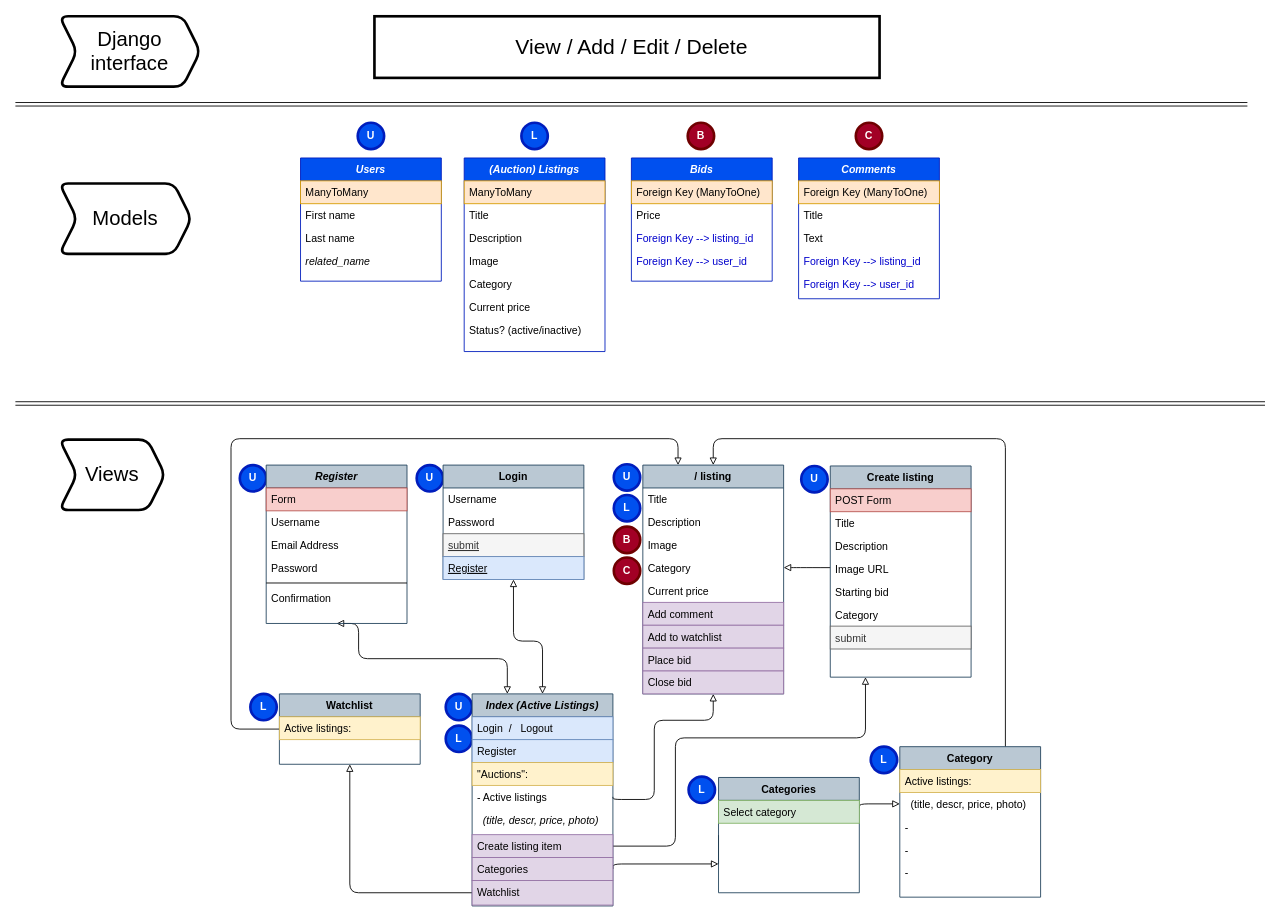
The draw.io diagram page "Views" (1 of 2) of Untitled Diagram.drawio in Lisannevdboomen/Commerce, before the edit. Source tidied: cells renumbered, new cells numbered last; positions are measured from the earlier drawing's top-left corner, leaving out a move shared by most shapes. Both pictures are drawn from the tidied source at 88%, with x=0, y=0 at pixel (15, 16).
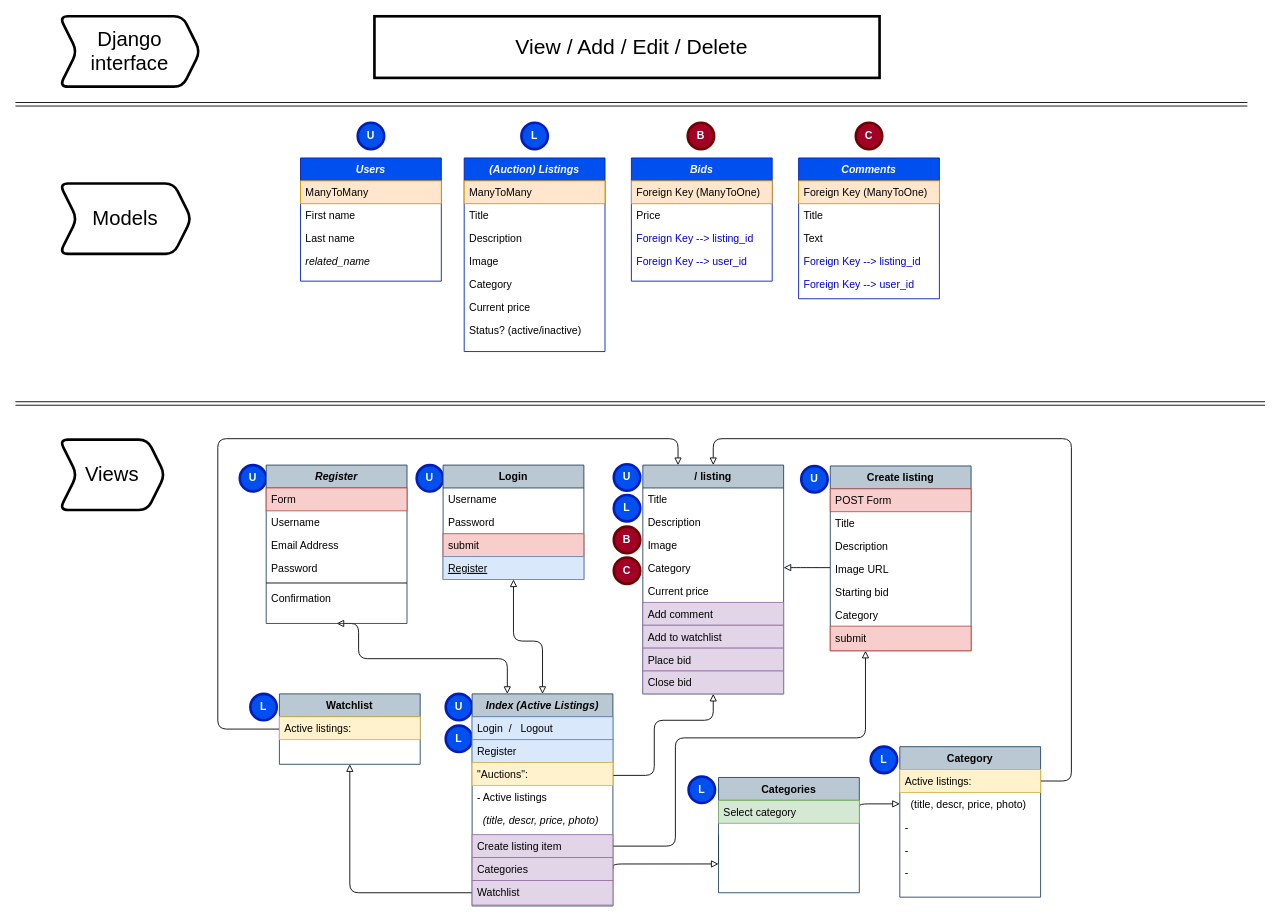
The same diagram, later.

Unchanged cells that the change refers to:
```xml
<mxCell id="36" value="Login" style="swimlane;fontStyle=1;align=center;verticalAlign=top;horizontal=1;startSize=26;rounded=0;shadow=0;strokeWidth=1;fillColor=#bac8d3;strokeColor=#23445d;" parent="1" vertex="1">
  <mxGeometry x="486" y="510" width="160" height="130" as="geometry" />
</mxCell>
<mxCell id="41" value="/ listing" style="swimlane;fontStyle=1;align=center;verticalAlign=top;horizontal=1;startSize=26;rounded=0;shadow=0;strokeWidth=1;fillColor=#bac8d3;strokeColor=#23445d;" parent="1" vertex="1">
  <mxGeometry x="713" y="510" width="160" height="260" as="geometry" />
</mxCell>
<mxCell id="62" value="&quot;Auctions&quot;:" style="text;align=left;verticalAlign=top;spacingLeft=4;spacingRight=4;overflow=hidden;points=[[0,0.5],[1,0.5]];portConstraint=eastwest;fillColor=#fff2cc;strokeColor=#d6b656;" parent="59" vertex="1">
  <mxGeometry y="78" width="160" height="26" as="geometry" />
</mxCell>
<mxCell id="63" value="- Active listings" style="text;align=left;verticalAlign=top;spacingLeft=4;spacingRight=4;overflow=hidden;points=[[0,0.5],[1,0.5]];portConstraint=eastwest;rounded=0;shadow=0;html=0;" parent="59" vertex="1">
  <mxGeometry y="104" width="160" height="26" as="geometry" />
</mxCell>
<mxCell id="68" value="Watchlist" style="swimlane;fontStyle=1;align=center;verticalAlign=top;horizontal=1;startSize=26;rounded=0;shadow=0;strokeWidth=1;fillColor=#bac8d3;strokeColor=#23445d;" parent="1" vertex="1">
  <mxGeometry x="300" y="770" width="160" height="80" as="geometry" />
</mxCell>
<mxCell id="79" value="Category" style="swimlane;fontStyle=1;align=center;verticalAlign=top;horizontal=1;startSize=26;rounded=0;shadow=0;strokeWidth=1;fillColor=#bac8d3;strokeColor=#23445d;" parent="1" vertex="1">
  <mxGeometry x="1005" y="830" width="160" height="171" as="geometry" />
</mxCell>
<mxCell id="80" value="Active listings:" style="text;align=left;verticalAlign=top;spacingLeft=4;spacingRight=4;overflow=hidden;points=[[0,0.5],[1,0.5]];portConstraint=eastwest;fontStyle=0;fillColor=#fff2cc;strokeColor=#d6b656;" parent="79" vertex="1">
  <mxGeometry y="26" width="160" height="26" as="geometry" />
</mxCell>
```

Change to the diagram source:
```diff
@@
-    <mxCell id="12" style="edgeStyle=orthogonalEdgeStyle;curved=0;rounded=1;sketch=0;jettySize=auto;html=1;exitX=0.5;exitY=1;exitDx=0;exitDy=0;entryX=1;entryY=0.5;entryDx=0;entryDy=0;startArrow=block;startFill=0;endArrow=none;endFill=0;" parent="1" edge="1" source="41" target="63">
+    <mxCell id="12" style="edgeStyle=orthogonalEdgeStyle;curved=0;rounded=1;sketch=0;jettySize=auto;html=1;exitX=0.5;exitY=1;exitDx=0;exitDy=0;entryX=1;entryY=0.563;entryDx=0;entryDy=0;startArrow=block;startFill=0;endArrow=none;endFill=0;entryPerimeter=0;" parent="1" edge="1" source="41" target="62">
       <mxGeometry relative="1" as="geometry">
         <Array as="points">
           <mxPoint x="793" y="800" />
           <mxPoint x="726" y="800" />
-          <mxPoint x="726" y="890" />
-          <mxPoint x="679" y="890" />
+          <mxPoint x="726" y="863" />
         </Array>
       </mxGeometry>
     </mxCell>
@@
-    <mxCell id="15" style="edgeStyle=orthogonalEdgeStyle;sketch=0;jettySize=auto;html=1;exitX=0.75;exitY=0;exitDx=0;exitDy=0;entryX=0.5;entryY=0;entryDx=0;entryDy=0;startArrow=none;startFill=0;endArrow=block;endFill=0;rounded=1;" parent="1" edge="1" source="79" target="41">
+    <mxCell id="15" style="edgeStyle=orthogonalEdgeStyle;sketch=0;jettySize=auto;html=1;exitX=1;exitY=0.5;exitDx=0;exitDy=0;entryX=0.5;entryY=0;entryDx=0;entryDy=0;startArrow=none;startFill=0;endArrow=block;endFill=0;rounded=1;" parent="1" edge="1" source="80" target="41">
       <mxGeometry relative="1" as="geometry">
         <Array as="points">
-          <mxPoint x="1125" y="480" />
+          <mxPoint x="1200" y="869" />
+          <mxPoint x="1200" y="480" />
           <mxPoint x="793" y="480" />
         </Array>
       </mxGeometry>
     </mxCell>
     <mxCell id="16" style="edgeStyle=orthogonalEdgeStyle;rounded=1;sketch=0;jettySize=auto;html=1;exitX=0;exitY=0.5;exitDx=0;exitDy=0;entryX=0.25;entryY=0;entryDx=0;entryDy=0;startArrow=none;startFill=0;endArrow=block;endFill=0;" parent="1" edge="1" source="68" target="41">
       <mxGeometry relative="1" as="geometry">
         <Array as="points">
-          <mxPoint x="245" y="810" />
-          <mxPoint x="245" y="480" />
+          <mxPoint x="230" y="810" />
+          <mxPoint x="230" y="480" />
           <mxPoint x="753" y="480" />
         </Array>
       </mxGeometry>
     </mxCell>
@@
-    <mxCell id="39" value="submit" style="text;align=left;verticalAlign=top;spacingLeft=4;spacingRight=4;overflow=hidden;fontStyle=4;fillColor=#f5f5f5;strokeColor=#666666;fontColor=#333333;" parent="36" vertex="1">
+    <mxCell id="39" value="submit" style="text;align=left;verticalAlign=top;spacingLeft=4;spacingRight=4;overflow=hidden;fontStyle=0;fillColor=#f8cecc;strokeColor=#b85450;" parent="36" vertex="1">
       <mxGeometry y="78" width="160" height="26" as="geometry" />
     </mxCell>
@@
     <mxCell id="51" value="Create listing" style="swimlane;fontStyle=1;align=center;verticalAlign=top;horizontal=1;startSize=26;rounded=0;shadow=0;strokeWidth=1;fillColor=#bac8d3;strokeColor=#23445d;" parent="1" vertex="1">
-      <mxGeometry x="926" y="511" width="160" height="240" as="geometry" />
+      <mxGeometry x="926" y="511" width="160" height="210" as="geometry" />
     </mxCell>
@@
-    <mxCell id="58" value="submit" style="text;align=left;verticalAlign=top;spacingLeft=4;spacingRight=4;overflow=hidden;fillColor=#f5f5f5;strokeColor=#666666;fontColor=#333333;" parent="51" vertex="1">
-      <mxGeometry y="182" width="160" height="26" as="geometry" />
+    <mxCell id="58" value="submit" style="text;align=left;verticalAlign=top;spacingLeft=4;spacingRight=4;overflow=hidden;fillColor=#f8cecc;strokeColor=#b85450;" parent="51" vertex="1">
+      <mxGeometry y="182" width="160" height="28" as="geometry" />
     </mxCell>
```
